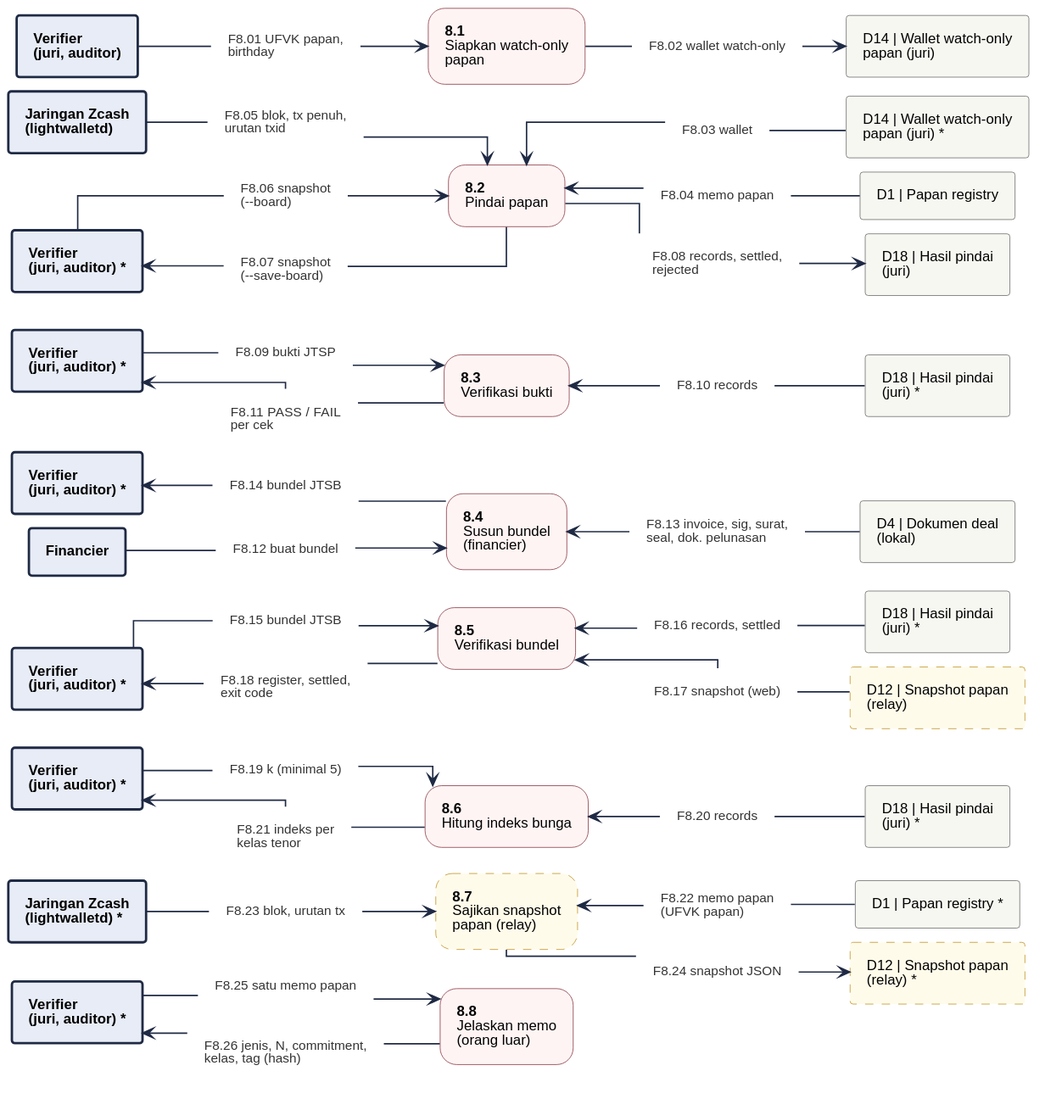
Before: 08-FlowDiagrams/assets/dfd-2-8.svg, a diagram exported from PlantUML (JitsuinFi/jitsuinfi-vault).
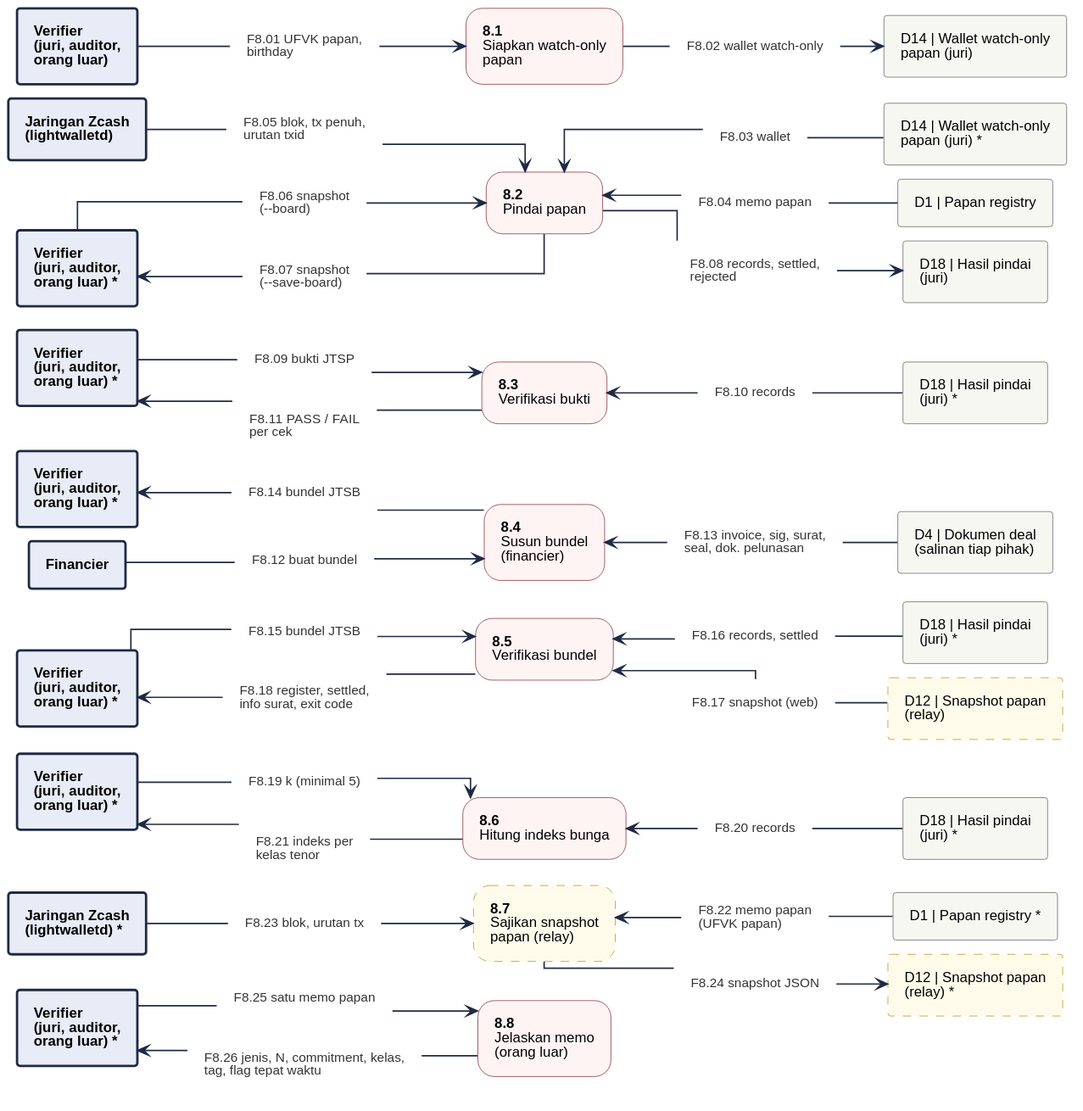
Later version of the same file.

The edit, as a diff of the source:
```diff
@@ -3,27 +3,27 @@
 left to right direction
 skinparam nodesep 12
 skinparam ranksep 35
-rectangle "Verifier\n(juri, auditor) *" <<entity>> as V_8
+rectangle "Verifier\n(juri, auditor,\norang luar) *" <<entity>> as V_8
 rectangle "D12 | Snapshot papan\n(relay) *" <<storeproposal>> as D12_7
 rectangle "Jaringan Zcash\n(lightwalletd) *" <<entity>> as Z_7
 rectangle "D1 | Papan registry *" <<store>> as D1_7
 rectangle "D18 | Hasil pindai\n(juri) *" <<store>> as D18_6
-rectangle "Verifier\n(juri, auditor) *" <<entity>> as V_6
+rectangle "Verifier\n(juri, auditor,\norang luar) *" <<entity>> as V_6
 rectangle "D12 | Snapshot papan\n(relay)" <<storeproposal>> as D12_5
 rectangle "D18 | Hasil pindai\n(juri) *" <<store>> as D18_5
-rectangle "Verifier\n(juri, auditor) *" <<entity>> as V_5
-rectangle "Verifier\n(juri, auditor) *" <<entity>> as V_4
-rectangle "D4 | Dokumen deal\n(lokal)" <<store>> as D4_4
+rectangle "Verifier\n(juri, auditor,\norang luar) *" <<entity>> as V_5
+rectangle "Verifier\n(juri, auditor,\norang luar) *" <<entity>> as V_4
+rectangle "D4 | Dokumen deal\n(salinan tiap pihak)" <<store>> as D4_4
 rectangle "Financier" <<entity>> as F_4
 rectangle "D18 | Hasil pindai\n(juri) *" <<store>> as D18_3
-rectangle "Verifier\n(juri, auditor) *" <<entity>> as V_3
+rectangle "Verifier\n(juri, auditor,\norang luar) *" <<entity>> as V_3
 rectangle "D18 | Hasil pindai\n(juri)" <<store>> as D18_2
-rectangle "Verifier\n(juri, auditor) *" <<entity>> as V_2
+rectangle "Verifier\n(juri, auditor,\norang luar) *" <<entity>> as V_2
 rectangle "Jaringan Zcash\n(lightwalletd)" <<entity>> as Z_2
 rectangle "D1 | Papan registry" <<store>> as D1_2
 rectangle "D14 | Wallet watch-only\npapan (juri) *" <<store>> as D14_2
 rectangle "D14 | Wallet watch-only\npapan (juri)" <<store>> as D14_1
-rectangle "Verifier\n(juri, auditor)" <<entity>> as V_1
+rectangle "Verifier\n(juri, auditor,\norang luar)" <<entity>> as V_1
 rectangle "**8.8**\nJelaskan memo\n(orang luar)" <<process>> as P8
 rectangle "**8.7**\nSajikan snapshot\npapan (relay)" <<proposal>> as P7
 rectangle "**8.6**\nHitung indeks bunga" <<process>> as P6
@@ -49,7 +49,7 @@
 rectangle "F8.15 bundel JTSB" <<flow>> as f_F8_15
 rectangle "F8.16 records, settled" <<flow>> as f_F8_16
 rectangle "F8.17 snapshot (web)" <<flow>> as f_F8_17
-rectangle "F8.18 register, settled,\nexit code" <<flow>> as f_F8_18
+rectangle "F8.18 register, settled,\ninfo surat, exit code" <<flow>> as f_F8_18
 rectangle "F8.19 k (minimal 5)" <<flow>> as f_F8_19
 rectangle "F8.20 records" <<flow>> as f_F8_20
 rectangle "F8.21 indeks per\nkelas tenor" <<flow>> as f_F8_21
@@ -57,7 +57,7 @@
 rectangle "F8.23 blok, urutan tx" <<flow>> as f_F8_23
 rectangle "F8.24 snapshot JSON" <<flow>> as f_F8_24
 rectangle "F8.25 satu memo papan" <<flow>> as f_F8_25
-rectangle "F8.26 jenis, N, commitment,\nkelas, tag (hash)" <<flow>> as f_F8_26
+rectangle "F8.26 jenis, N, commitment, kelas,\ntag, flag tepat waktu" <<flow>> as f_F8_26
 V_1 -- f_F8_01
 f_F8_01 --> P1
 P1 -- f_F8_02
```
